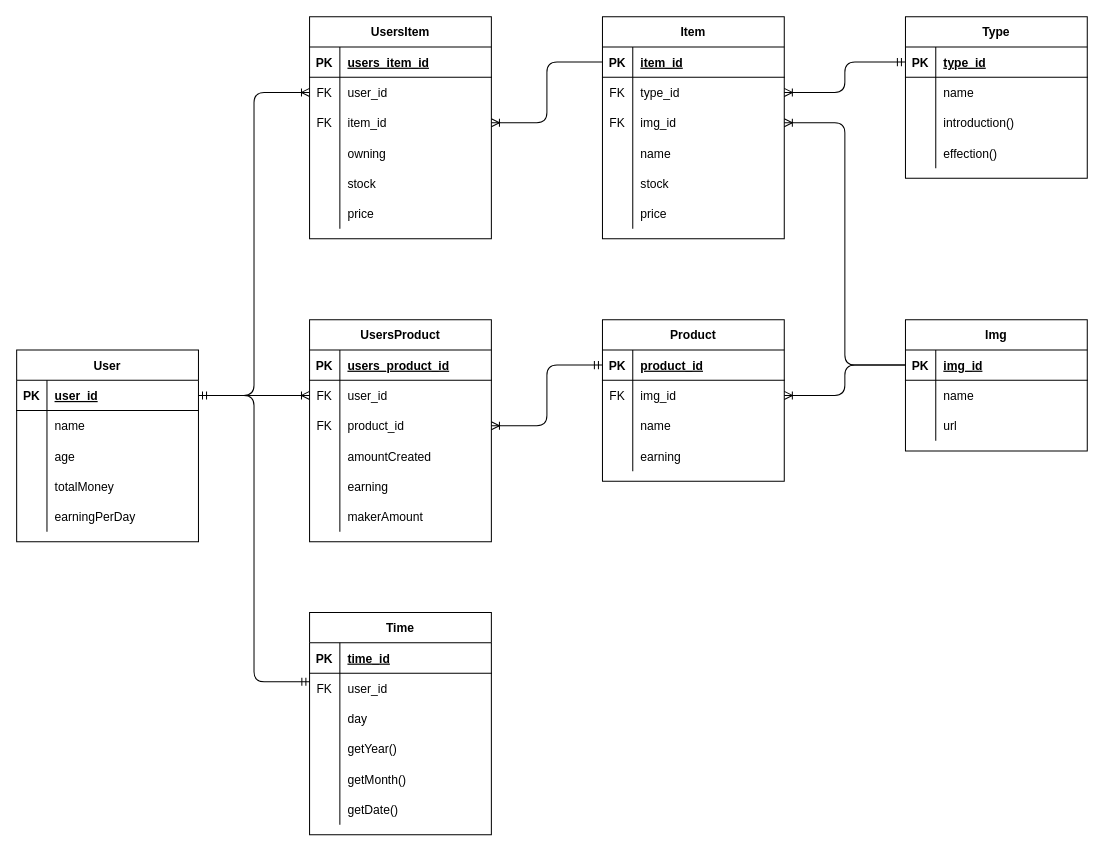
Above: ER.drawio in mcnLeandro/Clicker-Empire-Game (draw.io), before the change. Source tidied: cells renumbered, new cells numbered last; positions are measured from the earlier drawing's top-left corner, leaving out a move shared by most shapes. Both pictures are drawn from the tidied source at 101%, with x=0, y=0 at pixel (16, 16).
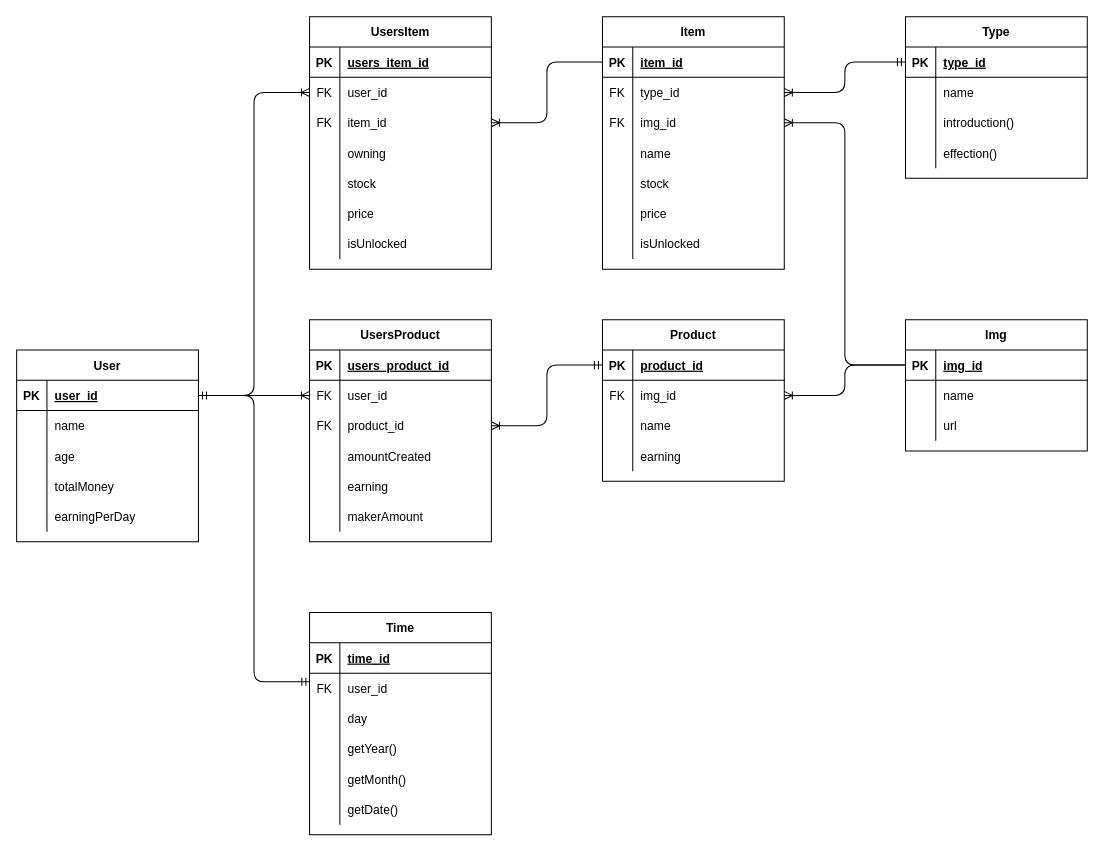
The same page after the edit.

The edit, as a diff of the source:
```diff
@@
     <mxCell id="18" value="Item" style="shape=table;startSize=30;childLayout=tableLayout;rowLines=0;fontStyle=1;align=center;" parent="1" vertex="1">
-      <mxGeometry x="580" width="180" height="220" as="geometry" />
+      <mxGeometry x="580" width="180" height="250" as="geometry" />
     </mxCell>
@@
+    <mxCell id="138" style="shape=partialRectangle;fillColor=none;top=0;left=0;bottom=0;right=0;" parent="18" vertex="1">
+      <mxGeometry y="210" width="180" height="30" as="geometry" />
+    </mxCell>
+    <mxCell id="139" style="shape=partialRectangle;fillColor=none;top=0;left=0;bottom=0;right=0;overflow=hidden;" parent="138" vertex="1">
+      <mxGeometry width="30" height="30" as="geometry" />
+    </mxCell>
+    <mxCell id="140" value="isUnlocked" style="shape=partialRectangle;fillColor=none;top=0;left=0;bottom=0;right=0;align=left;spacingLeft=6;overflow=hidden;" parent="138" vertex="1">
+      <mxGeometry x="30" width="150" height="30" as="geometry" />
+    </mxCell>
@@
     <mxCell id="69" value="UsersItem" style="shape=table;startSize=30;childLayout=tableLayout;rowLines=0;fontStyle=1;align=center;" parent="1" vertex="1">
-      <mxGeometry x="290" width="180" height="220" as="geometry" />
+      <mxGeometry x="290" width="180" height="250" as="geometry" />
     </mxCell>
@@
+    <mxCell id="141" style="shape=partialRectangle;fillColor=none;top=0;left=0;bottom=0;right=0;" parent="69" vertex="1">
+      <mxGeometry y="210" width="180" height="30" as="geometry" />
+    </mxCell>
+    <mxCell id="142" style="shape=partialRectangle;fillColor=none;top=0;left=0;bottom=0;right=0;overflow=hidden;" parent="141" vertex="1">
+      <mxGeometry width="30" height="30" as="geometry" />
+    </mxCell>
+    <mxCell id="143" value="isUnlocked" style="shape=partialRectangle;fillColor=none;top=0;left=0;bottom=0;right=0;align=left;spacingLeft=6;overflow=hidden;" parent="141" vertex="1">
+      <mxGeometry x="30" width="150" height="30" as="geometry" />
+    </mxCell>
```
